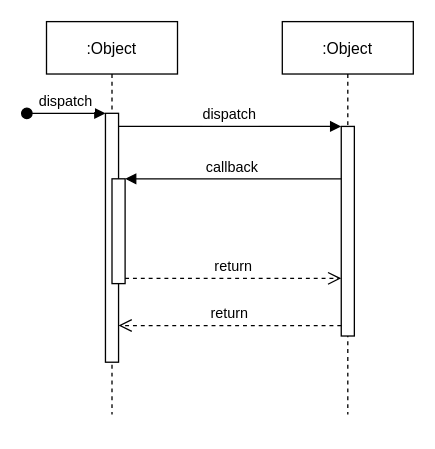
Before: diagrams/UtilityQuerySelectBeanSequence.drawio in empty-works/plain-emrs-no-fw, a draw.io diagram. Source tidied: cells renumbered, new cells numbered last; positions are measured from the earlier drawing's top-left corner, leaving out a move shared by most shapes. Both pictures are drawn from the tidied source at 131%, with x=0, y=0 at pixel (26, 21).
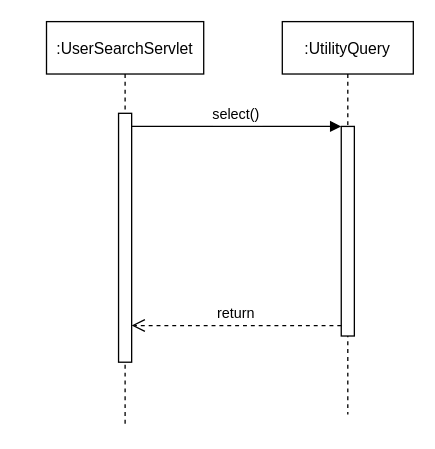
After the change.

Diff of the diagram source:
```diff
@@
 <mxGraphModel>
   <root>
     <mxCell id="0" />
     <mxCell id="1" parent="0" />
-    <mxCell id="2" value=":Object" style="shape=umlLifeline;perimeter=lifelinePerimeter;rounded=0;shadow=0;strokeWidth=1;" parent="1" vertex="1">
-      <mxGeometry x="15" width="100" height="300" as="geometry" />
+    <mxCell id="2" value=":UserSearchServlet" style="shape=umlLifeline;perimeter=lifelinePerimeter;rounded=0;shadow=0;strokeWidth=1;" parent="1" vertex="1">
+      <mxGeometry x="15" width="120" height="310" as="geometry" />
     </mxCell>
     <mxCell id="3" style="points=[];perimeter=orthogonalPerimeter;rounded=0;shadow=0;strokeWidth=1;" parent="2" vertex="1">
-      <mxGeometry x="45" y="70" width="10" height="190" as="geometry" />
+      <mxGeometry x="55" y="70" width="10" height="190" as="geometry" />
     </mxCell>
-    <mxCell id="4" value="dispatch" style="verticalAlign=bottom;startArrow=oval;endArrow=block;startSize=8;shadow=0;strokeWidth=1;" parent="2" edge="1" target="3">
-      <mxGeometry relative="1" as="geometry">
-        <mxPoint x="-15" y="70" as="sourcePoint" />
-      </mxGeometry>
-    </mxCell>
-    <mxCell id="5" style="points=[];perimeter=orthogonalPerimeter;rounded=0;shadow=0;strokeWidth=1;" parent="2" vertex="1">
-      <mxGeometry x="50" y="120" width="10" height="80" as="geometry" />
-    </mxCell>
-    <mxCell id="6" value=":Object" style="shape=umlLifeline;perimeter=lifelinePerimeter;rounded=0;shadow=0;strokeWidth=1;" parent="1" vertex="1">
+    <mxCell id="6" value=":UtilityQuery" style="shape=umlLifeline;perimeter=lifelinePerimeter;rounded=0;shadow=0;strokeWidth=1;" parent="1" vertex="1">
       <mxGeometry x="195" width="100" height="300" as="geometry" />
     </mxCell>
     <mxCell id="7" style="points=[];perimeter=orthogonalPerimeter;rounded=0;shadow=0;strokeWidth=1;" parent="6" vertex="1">
       <mxGeometry x="45" y="80" width="10" height="160" as="geometry" />
     </mxCell>
     <mxCell id="8" value="return" style="verticalAlign=bottom;endArrow=open;dashed=1;endSize=8;exitX=0;exitY=0.95;shadow=0;strokeWidth=1;" parent="1" edge="1" source="7" target="3">
       <mxGeometry relative="1" as="geometry" />
     </mxCell>
-    <mxCell id="9" value="dispatch" style="verticalAlign=bottom;endArrow=block;entryX=0;entryY=0;shadow=0;strokeWidth=1;" parent="1" edge="1" source="3" target="7">
+    <mxCell id="9" value="select()" style="verticalAlign=bottom;endArrow=block;entryX=0;entryY=0;shadow=0;strokeWidth=1;" parent="1" edge="1" source="3" target="7">
       <mxGeometry relative="1" as="geometry" />
     </mxCell>
-    <mxCell id="10" value="callback" style="verticalAlign=bottom;endArrow=block;entryX=1;entryY=0;shadow=0;strokeWidth=1;" parent="1" edge="1" source="7" target="5">
-      <mxGeometry relative="1" as="geometry" />
-    </mxCell>
-    <mxCell id="11" value="return" style="verticalAlign=bottom;endArrow=open;dashed=1;endSize=8;exitX=1;exitY=0.95;shadow=0;strokeWidth=1;" parent="1" edge="1" source="5" target="7">
-      <mxGeometry relative="1" as="geometry" />
-    </mxCell>
   </root>
 </mxGraphModel>
```
